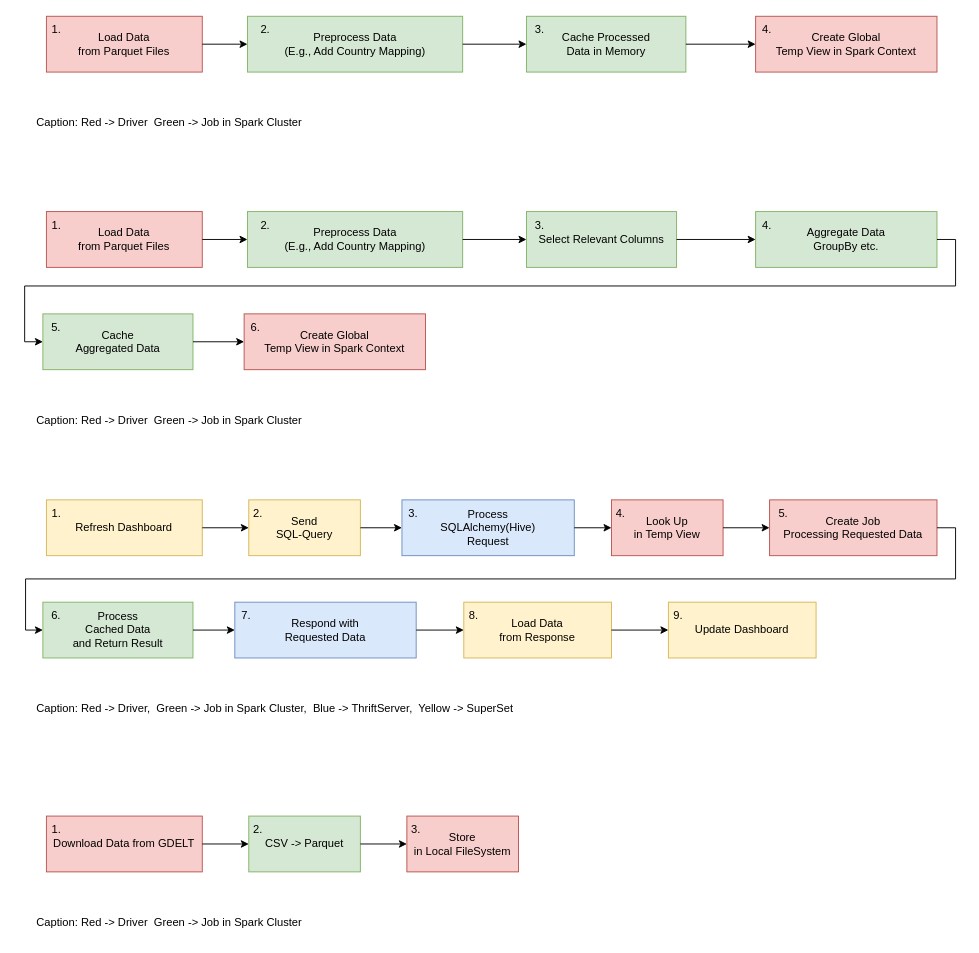
This is misc/diagramms/Fluss/FlussFull.drawio from OWLcracker/big-data, a draw.io file, before an edit. Source tidied: cells renumbered, new cells numbered last; positions are measured from the earlier drawing's top-left corner, leaving out a move shared by most shapes. Both pictures are drawn from the tidied source at 93%, with x=0, y=0 at pixel (16, 16).
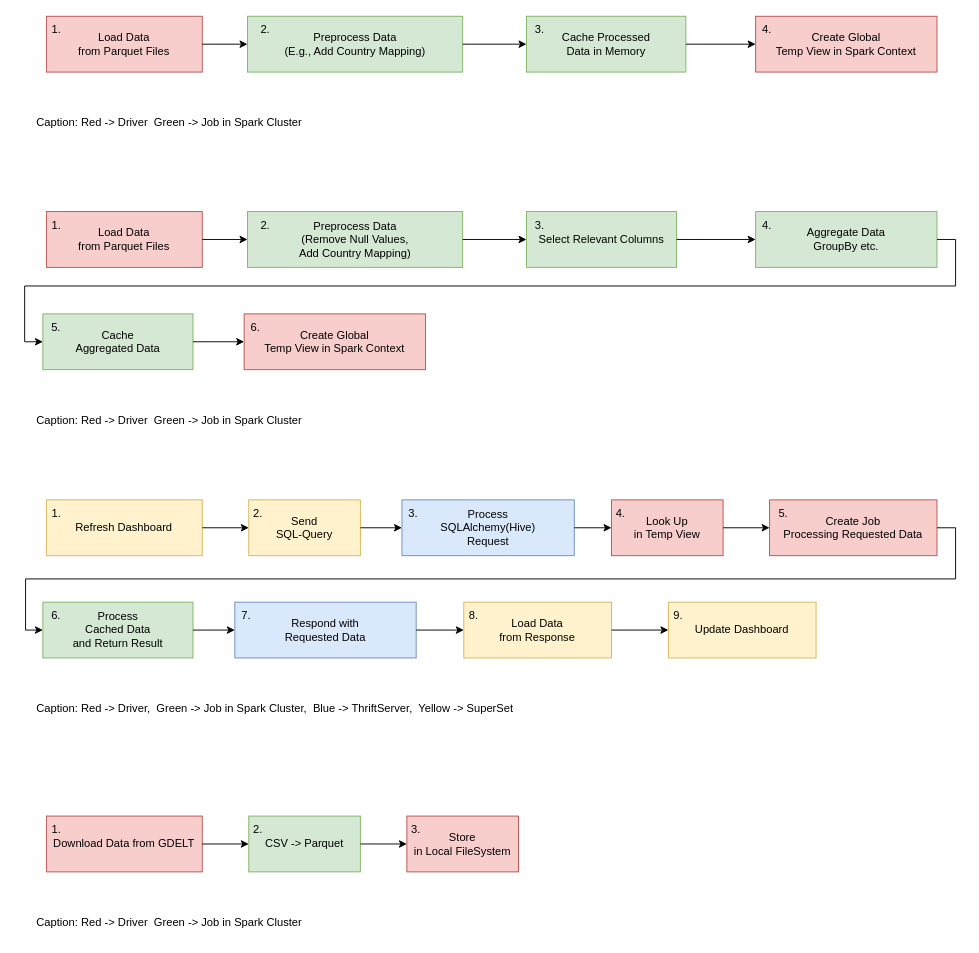
After the change.

Unchanged cells that the change refers to:
```xml
<mxCell id="21" style="group;fontFamily=JetBrainsMono Nerd Font;" parent="1" vertex="1">
  <mxGeometry x="210" y="210" width="270" height="60" as="geometry" />
</mxCell>
```

Change to the diagram source:
```diff
@@
-    <mxCell id="22" value="Preprocess Data&lt;br&gt;(E.g., Add Country Mapping)" style="rounded=0;whiteSpace=wrap;html=1;fillColor=#d5e8d4;strokeColor=#82b366;fontFamily=JetBrainsMono Nerd Font;" parent="21" vertex="1">
+    <mxCell id="22" value="Preprocess Data&lt;br&gt;(Remove Null Values,&lt;br&gt;Add Country Mapping)" style="rounded=0;whiteSpace=wrap;html=1;fillColor=#d5e8d4;strokeColor=#82b366;fontFamily=JetBrainsMono Nerd Font;" parent="21" vertex="1">
       <mxGeometry x="38.6" width="231.4" height="60" as="geometry" />
     </mxCell>
```
